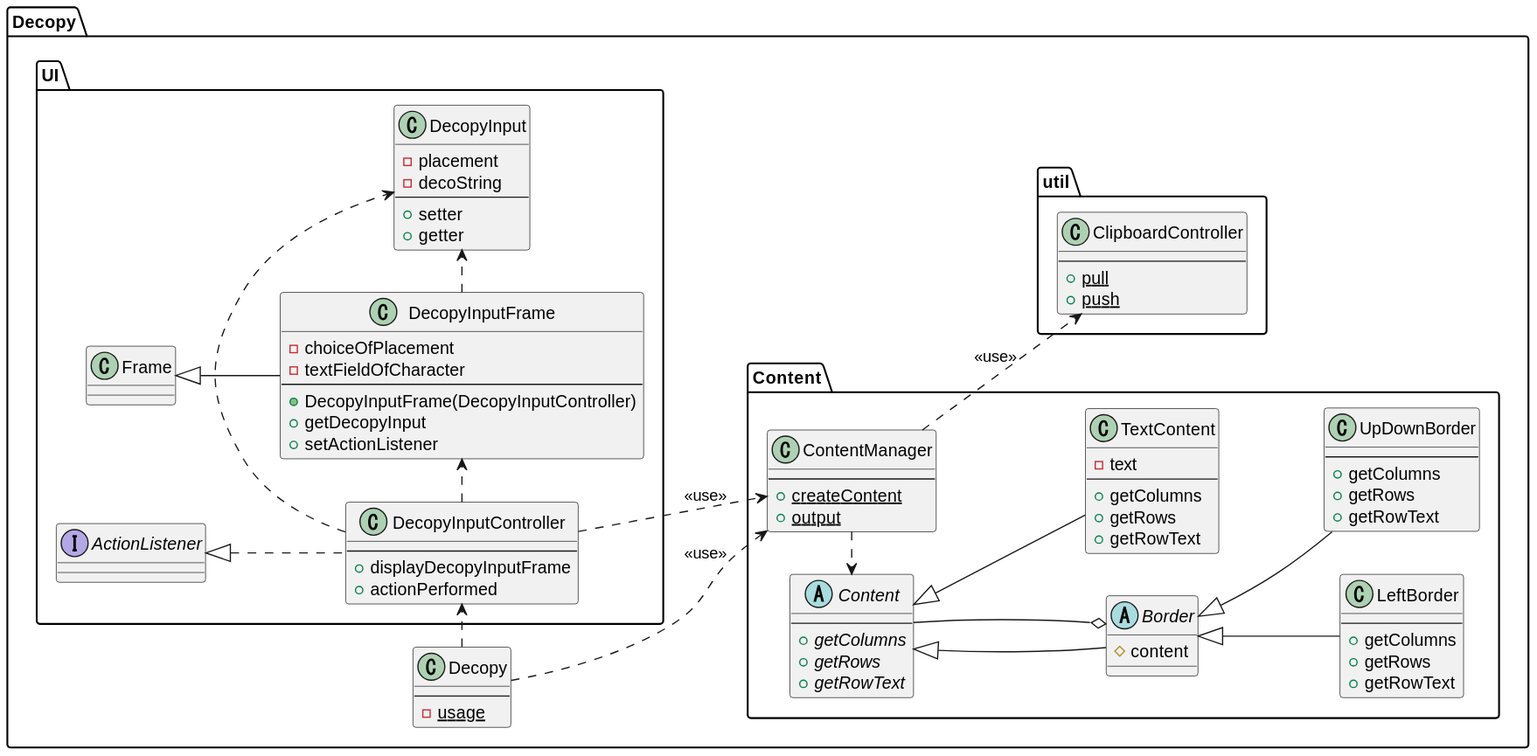
Above: out/design/class/Decopy.svg in ryokow/Decopy (PlantUML), before the change.
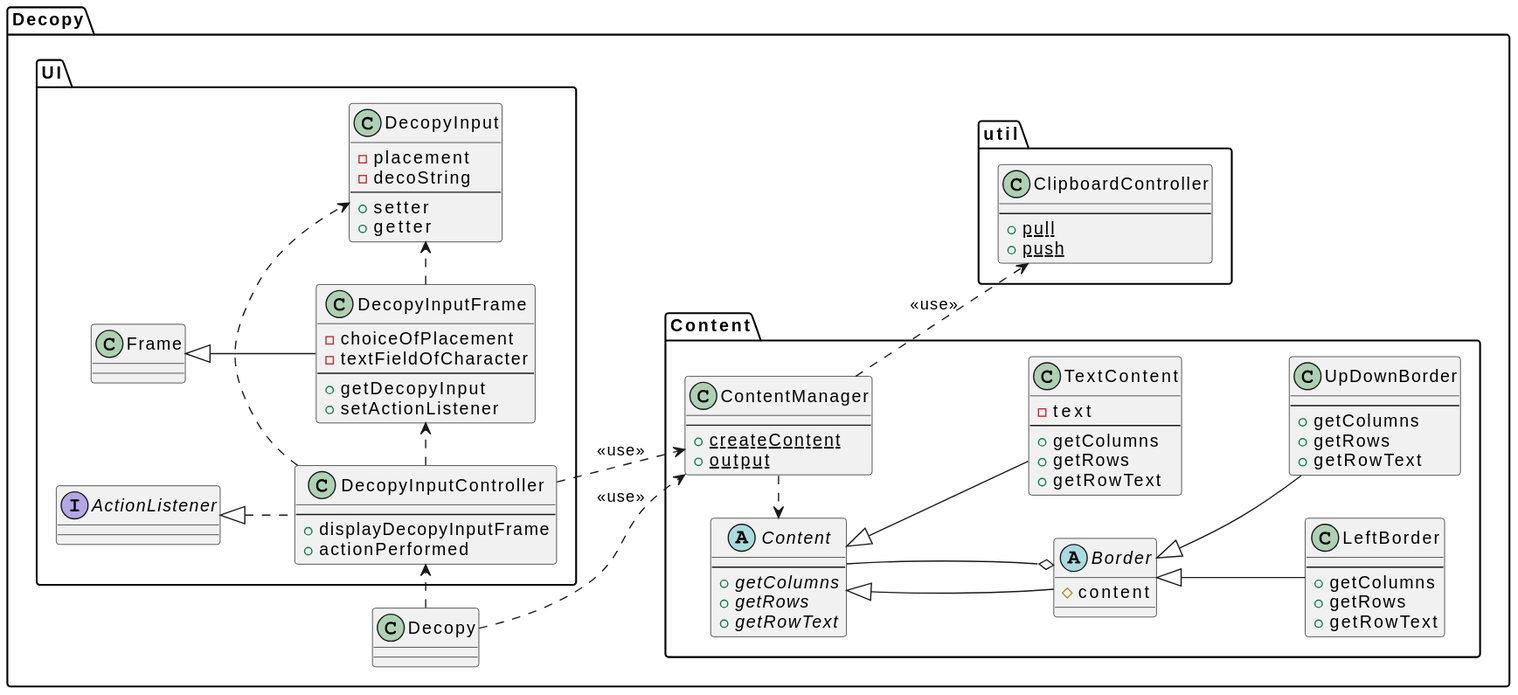
Above is the later version.

Commit message:
Update: UML diagram

What changed in the source:
```diff
@@ -1,5 +1,4 @@
-@startuml Decopy
-
+@startuml
 package Decopy{
     Package Content {
         class ContentManager {
@@ -52,7 +51,6 @@
             - choiceOfPlacement
             - textFieldOfCharacter
             --
-            + DecopyInputFrame(DecopyInputController)
             + getDecopyInput
             + setActionListener
         }
@@ -74,10 +72,7 @@
         }
     }
 
-    class Decopy {
-        --
-        - {static} usage
-    }
+    class Decopy {}
 }
 
 left to right direction
@@ -90,6 +85,4 @@
 DecopyInputController .> DecopyInputFrame
 DecopyInputController .> DecopyInput
 DecopyInputFrame .> DecopyInput
-
-
 @enduml
```
